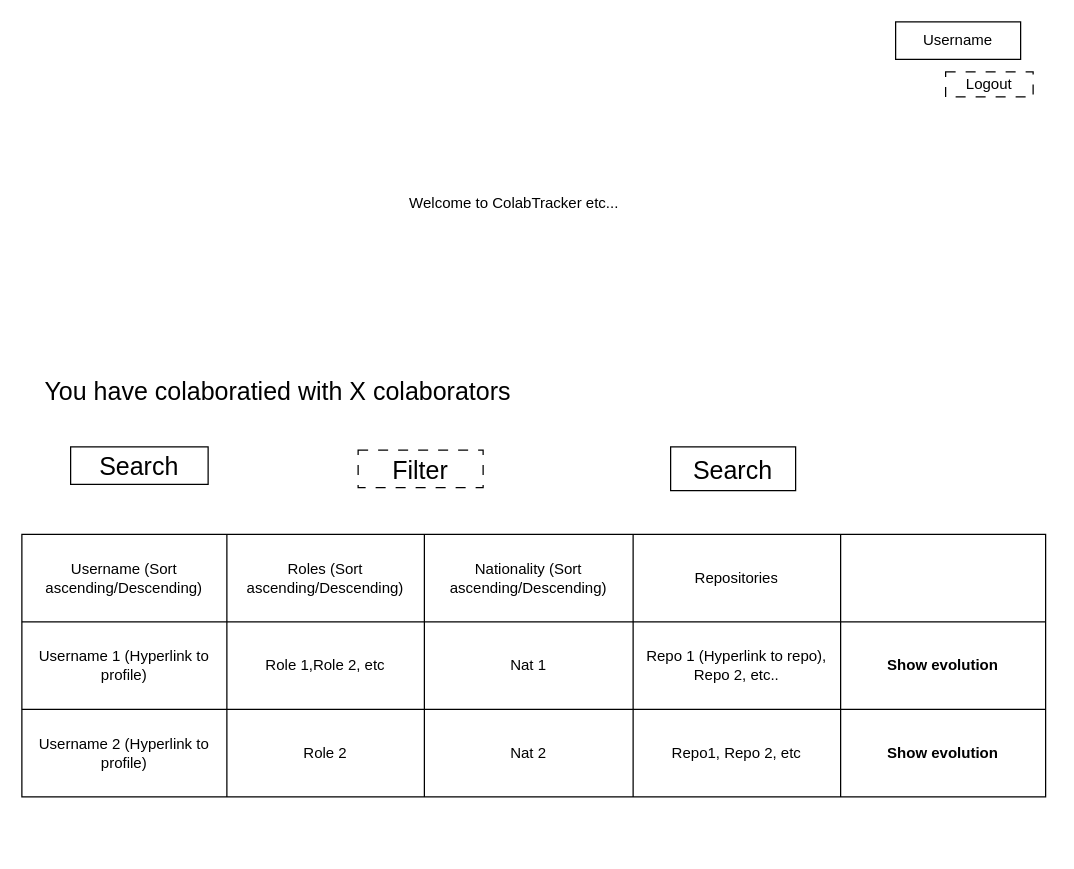
JustMe003/CollabTracker keeps this draw.io diagram as page "Frontpage" (1 of 3) of frontendDesign.drawio. Above is the earlier version. Source tidied: cells renumbered, new cells numbered last; positions are measured from the earlier drawing's top-left corner, leaving out a move shared by most shapes. Both pictures are drawn from the tidied source at 125%, with x=0, y=0 at pixel (21, 21).
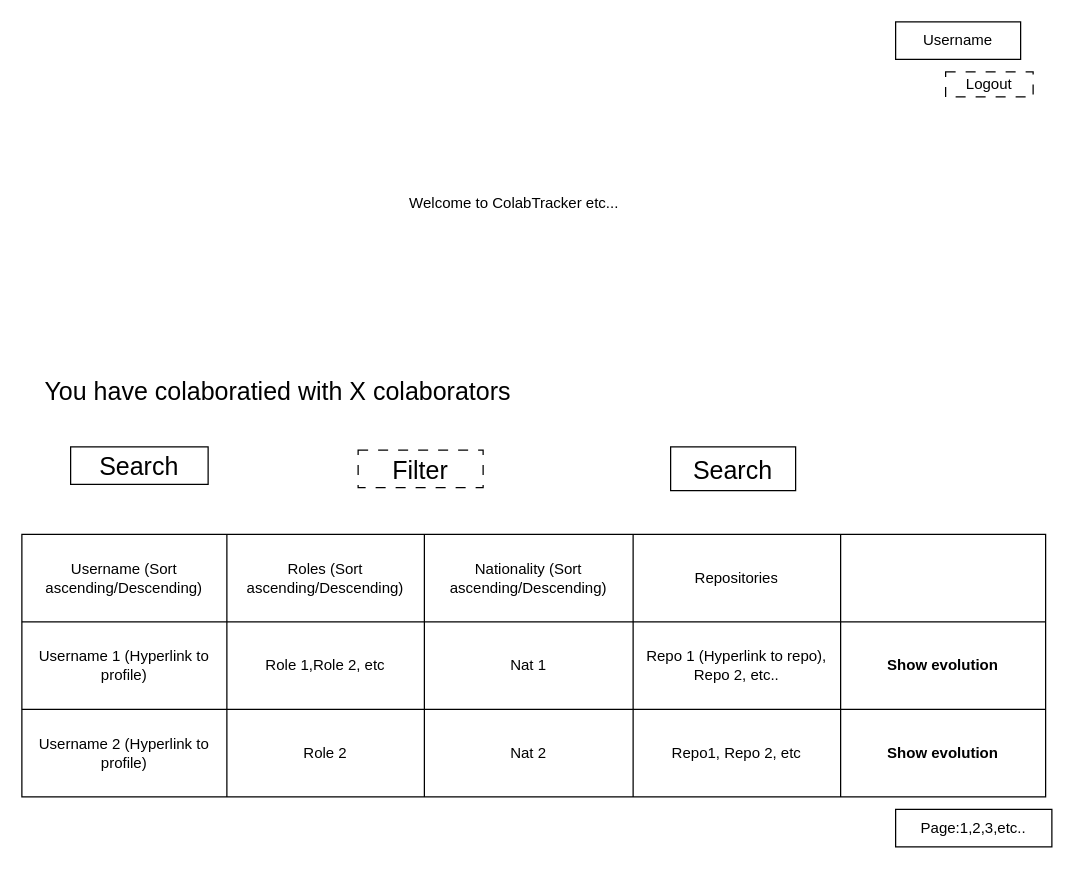
The same diagram, later.

Change to the diagram source:
```diff
@@
+    <mxCell id="28" value="Page:1,2,3,etc.." style="rounded=0;whiteSpace=wrap;html=1;" parent="1" vertex="1">
+      <mxGeometry x="699" y="630" width="125" height="30" as="geometry" />
+    </mxCell>
```
